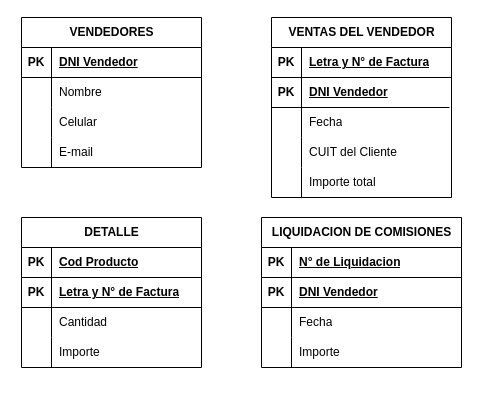
Earlier version of the draw.io diagram Diagrama sin título.drawio (Libreman3/Trabajos). Source tidied: cells renumbered, new cells numbered last; positions are measured from the earlier drawing's top-left corner, leaving out a move shared by most shapes. Both pictures are drawn from the tidied source at 100%, with x=0, y=0 at pixel (21, 17).
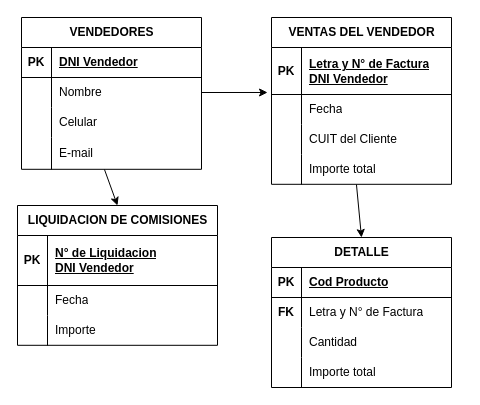
The same diagram, later.

Commit message:
Tarea de Base de Datos.drawio

Unchanged cells that the change refers to:
```xml
<mxCell id="6" style="shape=tableRow;horizontal=0;startSize=0;swimlaneHead=0;swimlaneBody=0;fillColor=none;points=[[0,0.5],[1,0.5]];portConstraint=eastwest;top=0;left=0;right=0;bottom=0;" parent="2" vertex="1">
  <mxGeometry y="60" width="180" height="30" as="geometry" />
</mxCell>
<mxCell id="36" style="shape=tableRow;horizontal=0;startSize=0;swimlaneHead=0;swimlaneBody=0;fillColor=none;top=0;left=0;right=0;bottom=0;" parent="32" vertex="1">
  <mxGeometry y="60" width="180" height="30" as="geometry" />
</mxCell>
<mxCell id="42" style="shape=tableRow;horizontal=0;startSize=0;swimlaneHead=0;swimlaneBody=0;fillColor=none;top=0;left=0;right=0;bottom=0;" parent="32" vertex="1">
  <mxGeometry y="120" width="180" height="30" as="geometry" />
</mxCell>
```

What changed in the source:
```diff
@@
     <mxCell id="2" value="VENDEDORES" style="shape=table;startSize=30;childLayout=tableLayout;rowLines=0;fontStyle=1;align=center;html=1;" parent="1" vertex="1">
-      <mxGeometry width="180" height="150" as="geometry" />
+      <mxGeometry width="180" height="151.8" as="geometry" />
     </mxCell>
@@
     <mxCell id="12" style="shape=tableRow;horizontal=0;startSize=0;swimlaneHead=0;swimlaneBody=0;fillColor=none;points=[[0,0.5],[1,0.5]];portConstraint=eastwest;top=0;left=0;right=0;bottom=0;" parent="2" vertex="1">
-      <mxGeometry y="120" width="180" height="30" as="geometry" />
+      <mxGeometry y="120" width="180" height="32" as="geometry" />
     </mxCell>
     <mxCell id="13" style="shape=partialRectangle;fillColor=none;top=0;left=0;bottom=0;right=0;overflow=hidden;whiteSpace=wrap;html=1;" parent="12" vertex="1">
-      <mxGeometry width="30" height="30" as="geometry" />
+      <mxGeometry width="30" height="32" as="geometry" />
     </mxCell>
     <mxCell id="14" value="E-mail" style="shape=partialRectangle;fillColor=none;top=0;left=0;bottom=0;right=0;align=left;spacingLeft=6;overflow=hidden;whiteSpace=wrap;html=1;" parent="12" vertex="1">
-      <mxGeometry x="30" width="150" height="30" as="geometry" />
+      <mxGeometry x="30" width="150" height="32" as="geometry" />
     </mxCell>
     <mxCell id="15" value="VENTAS DEL VENDEDOR" style="shape=table;startSize=30;childLayout=tableLayout;rowLines=0;fontStyle=1;align=center;html=1;" parent="1" vertex="1">
-      <mxGeometry x="250" width="180" height="180" as="geometry" />
+      <mxGeometry x="250" width="180" height="166.8" as="geometry" />
     </mxCell>
     <mxCell id="16" style="shape=tableRow;horizontal=0;startSize=0;swimlaneHead=0;swimlaneBody=0;fillColor=none;top=0;left=0;right=0;bottom=1;" parent="15" vertex="1">
-      <mxGeometry y="30" width="180" height="30" as="geometry" />
+      <mxGeometry y="30" width="180" height="47" as="geometry" />
     </mxCell>
     <mxCell id="17" value="PK" style="shape=partialRectangle;fillColor=none;top=0;left=0;bottom=0;right=0;fontStyle=1;overflow=hidden;whiteSpace=wrap;html=1;" parent="16" vertex="1">
-      <mxGeometry width="30" height="30" as="geometry" />
+      <mxGeometry width="30" height="47" as="geometry" />
     </mxCell>
-    <mxCell id="18" value="Letra y N° de Factura" style="shape=partialRectangle;fillColor=none;top=0;left=0;bottom=0;right=0;align=left;spacingLeft=6;fontStyle=5;overflow=hidden;whiteSpace=wrap;html=1;" parent="16" vertex="1">
-      <mxGeometry x="30" width="150" height="30" as="geometry" />
+    <mxCell id="18" value="Letra y N° de Factura&lt;div&gt;DNI Vendedor&lt;/div&gt;" style="shape=partialRectangle;fillColor=none;top=0;left=0;bottom=0;right=0;align=left;spacingLeft=6;fontStyle=5;overflow=hidden;whiteSpace=wrap;html=1;" parent="16" vertex="1">
+      <mxGeometry x="30" width="150" height="47" as="geometry" />
     </mxCell>
-    <mxCell id="19" style="shape=tableRow;horizontal=0;startSize=0;swimlaneHead=0;swimlaneBody=0;fillColor=none;top=0;left=0;right=0;bottom=0;" parent="15" vertex="1">
-      <mxGeometry y="60" width="180" height="30" as="geometry" />
-    </mxCell>
-    <mxCell id="20" value="&lt;b&gt;PK&lt;/b&gt;" style="shape=partialRectangle;fillColor=none;top=0;left=0;bottom=0;right=0;overflow=hidden;whiteSpace=wrap;html=1;" parent="19" vertex="1">
-      <mxGeometry width="30" height="30" as="geometry" />
-    </mxCell>
-    <mxCell id="21" value="&lt;u&gt;&lt;b&gt;DNI Vendedor&lt;/b&gt;&lt;/u&gt;" style="shape=partialRectangle;fillColor=none;top=0;left=0;bottom=0;right=0;align=left;spacingLeft=6;overflow=hidden;whiteSpace=wrap;html=1;" parent="19" vertex="1">
-      <mxGeometry x="30" width="150" height="30" as="geometry" />
-    </mxCell>
     <mxCell id="22" style="shape=tableRow;horizontal=0;startSize=0;swimlaneHead=0;swimlaneBody=0;fillColor=none;points=[[0,0.5],[1,0.5]];portConstraint=eastwest;top=0;left=0;right=0;bottom=0;" parent="15" vertex="1">
-      <mxGeometry y="90" width="180" height="30" as="geometry" />
+      <mxGeometry y="77" width="180" height="30" as="geometry" />
     </mxCell>
@@
     <mxCell id="25" style="shape=tableRow;horizontal=0;startSize=0;swimlaneHead=0;swimlaneBody=0;fillColor=none;top=0;left=0;right=0;bottom=0;" parent="15" vertex="1">
-      <mxGeometry y="120" width="180" height="30" as="geometry" />
+      <mxGeometry y="107" width="180" height="30" as="geometry" />
     </mxCell>
@@
     <mxCell id="28" style="shape=tableRow;horizontal=0;startSize=0;swimlaneHead=0;swimlaneBody=0;fillColor=none;points=[[0,0.5],[1,0.5]];portConstraint=eastwest;top=0;left=0;right=0;bottom=0;" parent="15" vertex="1">
-      <mxGeometry y="150" width="180" height="30" as="geometry" />
+      <mxGeometry y="137" width="180" height="30" as="geometry" />
     </mxCell>
@@
-    <mxCell id="31" style="endArrow=none;html=1;rounded=0;" parent="1" edge="1">
-      <mxGeometry relative="1" as="geometry">
-        <mxPoint x="250" y="90" as="sourcePoint" />
-        <mxPoint x="428" y="90" as="targetPoint" />
-      </mxGeometry>
-    </mxCell>
     <mxCell id="32" value="DETALLE" style="shape=table;startSize=30;childLayout=tableLayout;rowLines=0;fontStyle=1;align=center;html=1;" parent="1" vertex="1">
-      <mxGeometry y="200" width="180" height="150" as="geometry" />
+      <mxGeometry x="250" y="220" width="180" height="150" as="geometry" />
     </mxCell>
@@
-    <mxCell id="37" value="&lt;b&gt;PK&lt;/b&gt;" style="shape=partialRectangle;fillColor=none;top=0;left=0;bottom=0;right=0;overflow=hidden;whiteSpace=wrap;html=1;" parent="36" vertex="1">
+    <mxCell id="37" value="&lt;b&gt;F&lt;/b&gt;&lt;b style=&quot;background-color: initial;&quot;&gt;K&lt;/b&gt;" style="shape=partialRectangle;fillColor=none;top=0;left=0;bottom=0;right=0;overflow=hidden;whiteSpace=wrap;html=1;" parent="36" vertex="1">
       <mxGeometry width="30" height="30" as="geometry" />
     </mxCell>
-    <mxCell id="38" value="&lt;b&gt;&lt;u&gt;Letra y N° de Factura&lt;/u&gt;&lt;/b&gt;" style="shape=partialRectangle;fillColor=none;top=0;left=0;bottom=0;right=0;align=left;spacingLeft=6;overflow=hidden;whiteSpace=wrap;html=1;" parent="36" vertex="1">
+    <mxCell id="38" value="Letra y N° de Factura" style="shape=partialRectangle;fillColor=none;top=0;left=0;bottom=0;right=0;align=left;spacingLeft=6;overflow=hidden;whiteSpace=wrap;html=1;" parent="36" vertex="1">
       <mxGeometry x="30" width="150" height="30" as="geometry" />
     </mxCell>
@@
-    <mxCell id="44" value="Importe" style="shape=partialRectangle;fillColor=none;top=0;left=0;bottom=0;right=0;align=left;spacingLeft=6;overflow=hidden;whiteSpace=wrap;html=1;" parent="42" vertex="1">
+    <mxCell id="44" value="Importe total" style="shape=partialRectangle;fillColor=none;top=0;left=0;bottom=0;right=0;align=left;spacingLeft=6;overflow=hidden;whiteSpace=wrap;html=1;" parent="42" vertex="1">
       <mxGeometry x="30" width="150" height="30" as="geometry" />
     </mxCell>
-    <mxCell id="45" style="endArrow=none;html=1;rounded=0;" parent="1" edge="1">
-      <mxGeometry relative="1" as="geometry">
-        <mxPoint y="290" as="sourcePoint" />
-        <mxPoint x="180" y="290" as="targetPoint" />
-      </mxGeometry>
-    </mxCell>
     <mxCell id="46" value="LIQUIDACION DE COMISIONES" style="shape=table;startSize=30;childLayout=tableLayout;rowLines=0;fontStyle=1;align=center;html=1;" parent="1" vertex="1">
-      <mxGeometry x="240" y="200" width="200" height="150" as="geometry" />
+      <mxGeometry x="-4" y="188" width="200" height="139.8" as="geometry" />
     </mxCell>
     <mxCell id="47" style="shape=tableRow;horizontal=0;startSize=0;swimlaneHead=0;swimlaneBody=0;fillColor=none;top=0;left=0;right=0;bottom=1;" parent="46" vertex="1">
-      <mxGeometry y="30" width="200" height="30" as="geometry" />
+      <mxGeometry y="30" width="200" height="50" as="geometry" />
     </mxCell>
     <mxCell id="48" value="PK" style="shape=partialRectangle;fillColor=none;top=0;left=0;bottom=0;right=0;fontStyle=1;overflow=hidden;whiteSpace=wrap;html=1;" parent="47" vertex="1">
-      <mxGeometry width="30" height="30" as="geometry" />
+      <mxGeometry width="30" height="50" as="geometry" />
     </mxCell>
-    <mxCell id="49" value="N° de Liquidacion" style="shape=partialRectangle;fillColor=none;top=0;left=0;bottom=0;right=0;align=left;spacingLeft=6;fontStyle=5;overflow=hidden;whiteSpace=wrap;html=1;" parent="47" vertex="1">
-      <mxGeometry x="30" width="170" height="30" as="geometry" />
+    <mxCell id="49" value="N° de Liquidacion&lt;div&gt;DNI Vendedor&lt;/div&gt;" style="shape=partialRectangle;fillColor=none;top=0;left=0;bottom=0;right=0;align=left;spacingLeft=6;fontStyle=5;overflow=hidden;whiteSpace=wrap;html=1;" parent="47" vertex="1">
+      <mxGeometry x="30" width="170" height="50" as="geometry" />
     </mxCell>
-    <mxCell id="50" style="shape=tableRow;horizontal=0;startSize=0;swimlaneHead=0;swimlaneBody=0;fillColor=none;top=0;left=0;right=0;bottom=0;" parent="46" vertex="1">
-      <mxGeometry y="60" width="200" height="30" as="geometry" />
-    </mxCell>
-    <mxCell id="51" value="&lt;b&gt;PK&lt;/b&gt;" style="shape=partialRectangle;fillColor=none;top=0;left=0;bottom=0;right=0;overflow=hidden;whiteSpace=wrap;html=1;" parent="50" vertex="1">
-      <mxGeometry width="30" height="30" as="geometry" />
-    </mxCell>
-    <mxCell id="52" value="&lt;b&gt;&lt;u&gt;DNI Vendedor&lt;/u&gt;&lt;/b&gt;" style="shape=partialRectangle;fillColor=none;top=0;left=0;bottom=0;right=0;align=left;spacingLeft=6;overflow=hidden;whiteSpace=wrap;html=1;" parent="50" vertex="1">
-      <mxGeometry x="30" width="170" height="30" as="geometry" />
-    </mxCell>
     <mxCell id="53" style="shape=tableRow;horizontal=0;startSize=0;swimlaneHead=0;swimlaneBody=0;fillColor=none;points=[[0,0.5],[1,0.5]];portConstraint=eastwest;top=0;left=0;right=0;bottom=0;" parent="46" vertex="1">
-      <mxGeometry y="90" width="200" height="30" as="geometry" />
+      <mxGeometry y="80" width="200" height="30" as="geometry" />
     </mxCell>
@@
     <mxCell id="56" style="shape=tableRow;horizontal=0;startSize=0;swimlaneHead=0;swimlaneBody=0;fillColor=none;top=0;left=0;right=0;bottom=0;" parent="46" vertex="1">
-      <mxGeometry y="120" width="200" height="30" as="geometry" />
+      <mxGeometry y="110" width="200" height="30" as="geometry" />
     </mxCell>
@@
-    <mxCell id="59" style="endArrow=none;html=1;rounded=0;entryX=1;entryY=0;entryDx=0;entryDy=0;entryPerimeter=0;" parent="1" edge="1" target="53">
-      <mxGeometry relative="1" as="geometry">
-        <mxPoint x="240" y="290" as="sourcePoint" />
-      </mxGeometry>
-    </mxCell>
+    <mxCell id="60" style="endArrow=classic;html=1;rounded=0;exitX=0.472;exitY=1;exitDx=0;exitDy=0;exitPerimeter=0;entryX=0.5;entryY=0;entryDx=0;entryDy=0;" parent="1" edge="1" source="28" target="32">
+      <mxGeometry relative="1" as="geometry" />
+    </mxCell>
+    <mxCell id="61" style="endArrow=classic;html=1;rounded=0;exitX=0.461;exitY=1;exitDx=0;exitDy=0;exitPerimeter=0;entryX=0.5;entryY=0;entryDx=0;entryDy=0;" parent="1" edge="1" source="12" target="46">
+      <mxGeometry relative="1" as="geometry" />
+    </mxCell>
+    <mxCell id="62" style="edgeStyle=orthogonalEdgeStyle;rounded=0;jettySize=auto;html=1;exitX=1;exitY=0.5;exitDx=0;exitDy=0;entryX=-0.022;entryY=-0.067;entryDx=0;entryDy=0;entryPerimeter=0;" parent="1" edge="1" source="6" target="22">
+      <mxGeometry relative="1" as="geometry" />
+    </mxCell>
```
